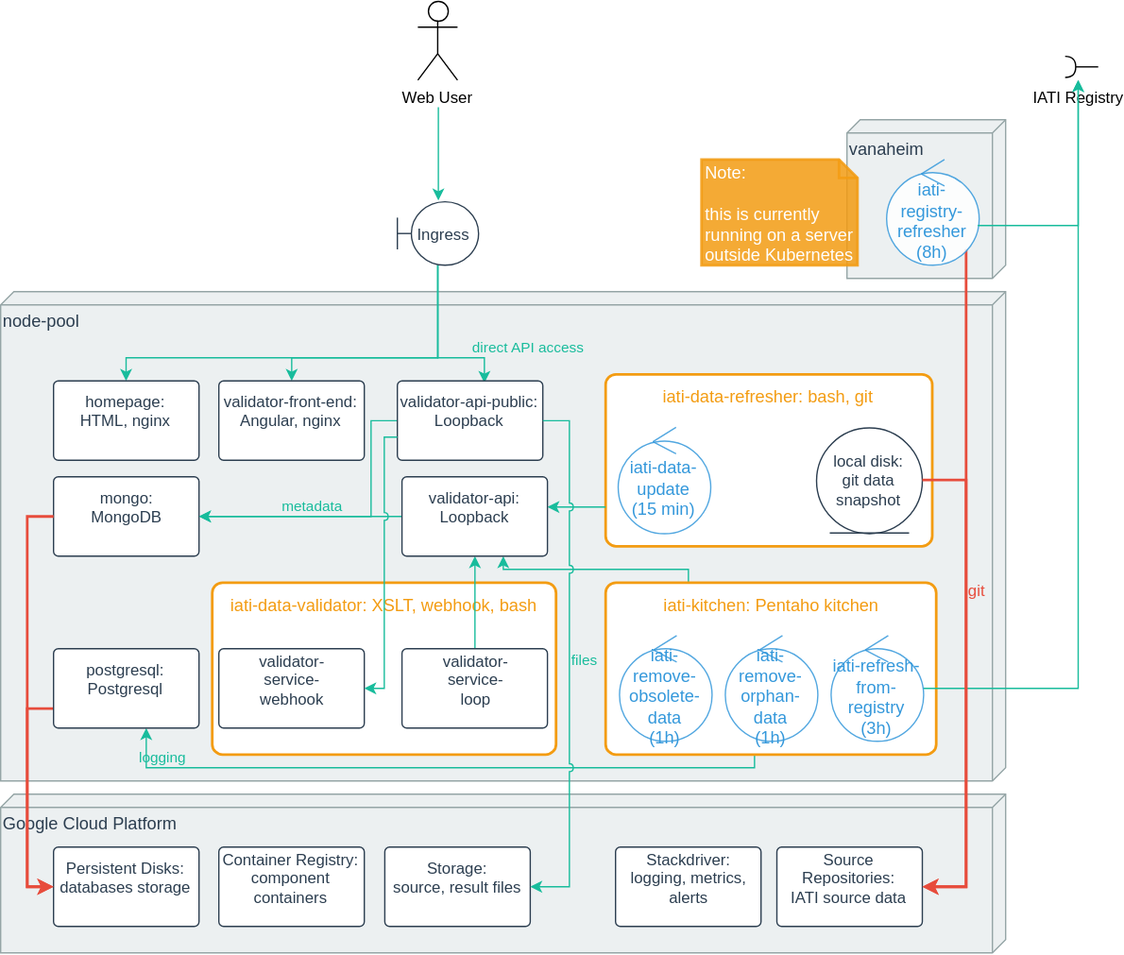
Earlier version of the draw.io export docs/deployment-overview.drawio.svg (data4development/dataworkbench-cluster). Source tidied: cells renumbered, new cells last; positions are measured from the earlier drawing's top-left corner, leaving out a move shared by most shapes.
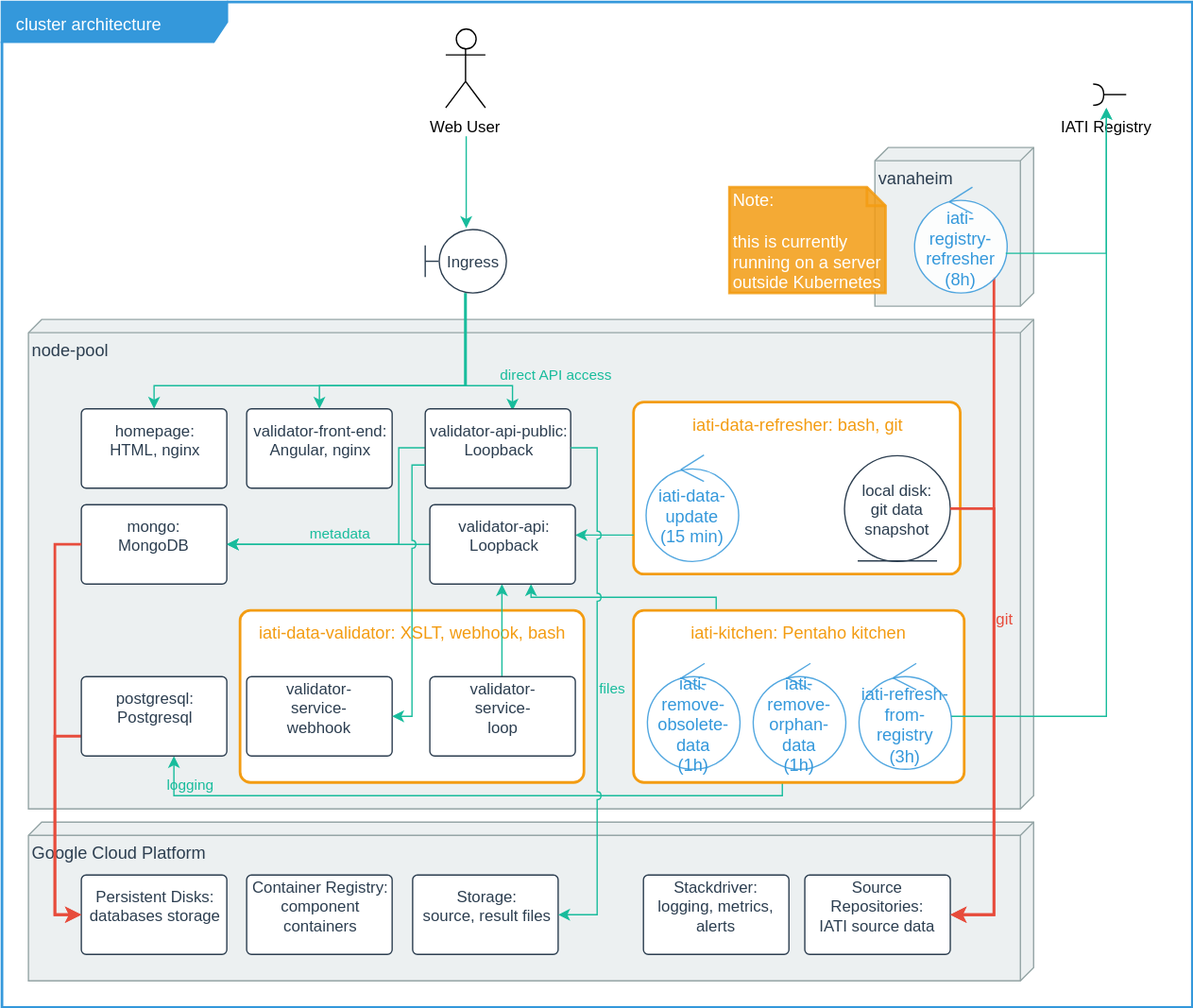
After the change.

What changed in the source:
```diff
@@ -1,7 +1,11 @@
 <mxGraphModel background="#ffffff">
   <root>
     <mxCell id="0" />
+    <mxCell id="49" value="Background" parent="0" />
+    <mxCell id="50" value="cluster architecture" style="shape=umlFrame;whiteSpace=wrap;html=1;labelBackgroundColor=none;strokeColor=#3498DB;strokeWidth=2;fillColor=#3498DB;fontFamily=Helvetica;fontSize=13;fontColor=#FFFFFF;align=left;spacingTop=8;spacingBottom=8;width=170;height=30;spacingLeft=8;" parent="49" vertex="1">
+      <mxGeometry x="-20" y="-20" width="900" height="760" as="geometry" />
+    </mxCell>
-    <mxCell id="1" parent="0" />
+    <mxCell id="1" value="Items" parent="0" />
     <mxCell id="2" value="node-pool" style="verticalAlign=top;align=left;spacingTop=8;shape=cube;size=10;direction=south;html=1;fillColor=#ecf0f1;strokeColor=#95a5a6;fontSize=13;fontColor=#2c3e50;strokeWidth=1;labelBackgroundColor=none;spacingBottom=8;" parent="1" vertex="1">
       <mxGeometry y="220" width="760" height="370" as="geometry" />
     </mxCell>
```
